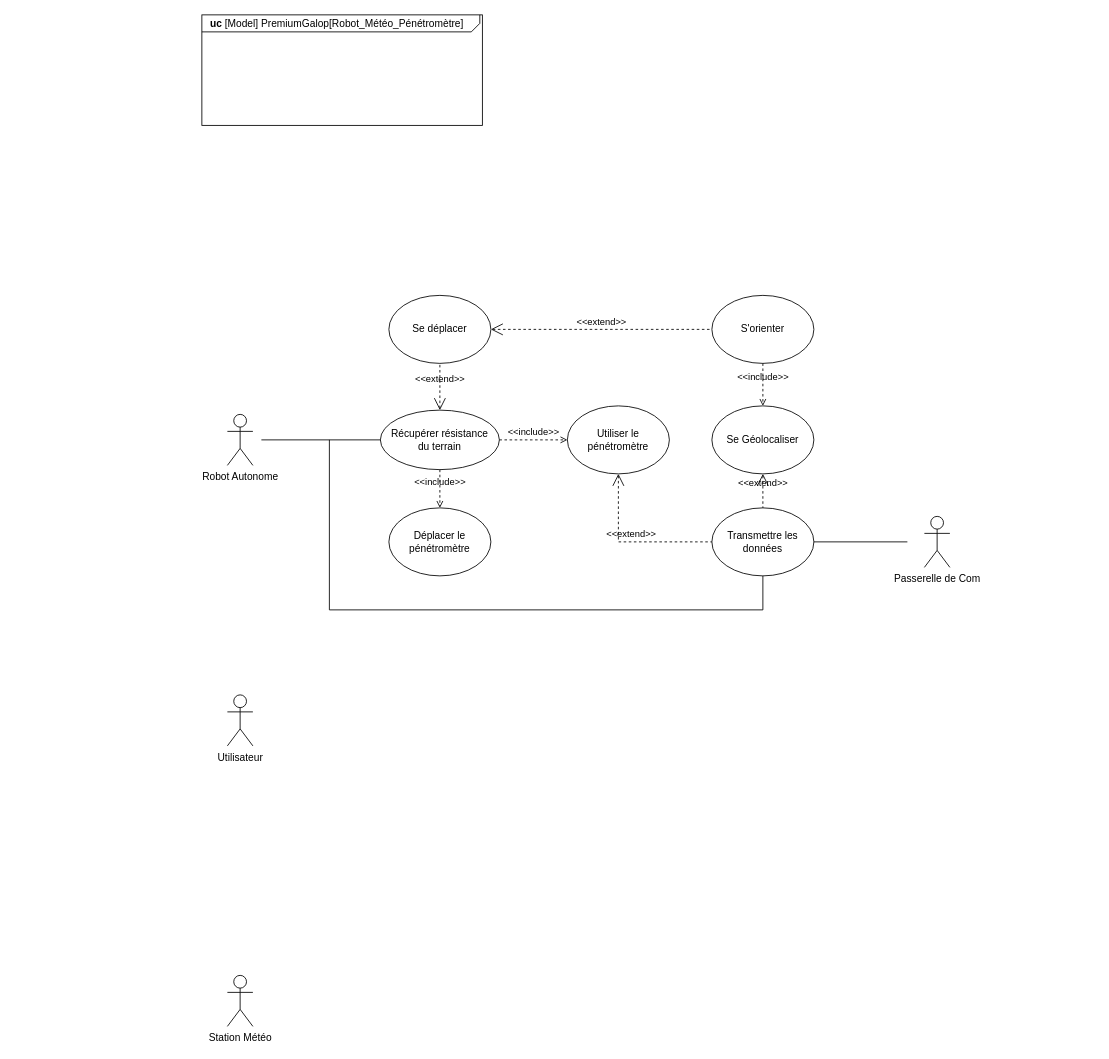
Above: SYSML/UseCaseRobot.drawio in ToGen49/Hippodrome (draw.io), before the change. Source tidied: cells renumbered, new cells numbered last; positions are measured from the earlier drawing's top-left corner, leaving out a move shared by most shapes. Both pictures are drawn from the tidied source at 85%, with x=0, y=0 at pixel (201, 14).
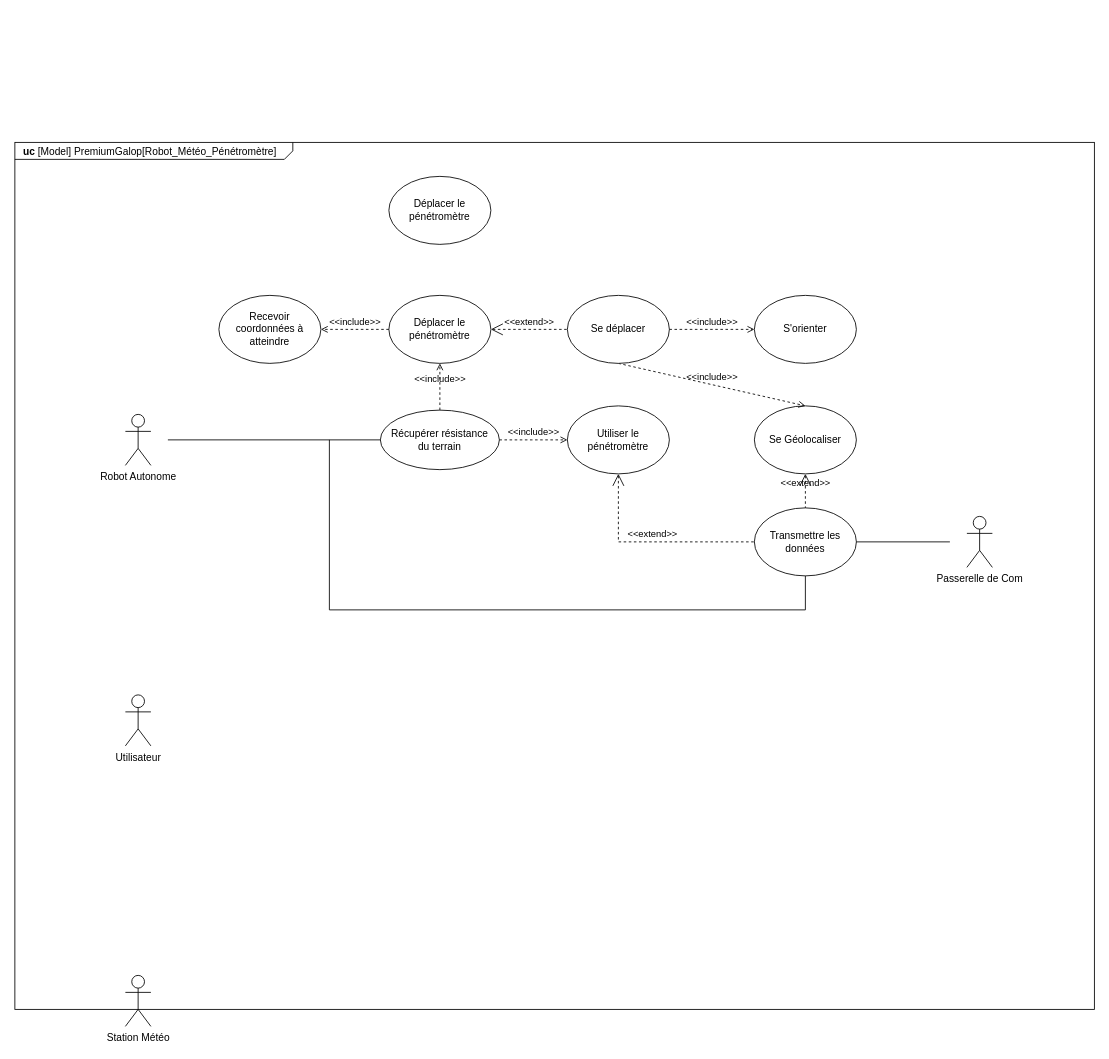
The same diagram, later.

Commit message:
Mettre à jour UseCaseRobot.drawio

The change refers to these unchanged cells:
```xml
<mxCell id="5" value="Récupérer résistance&lt;br&gt;du terrain" style="ellipse;whiteSpace=wrap;html=1;" parent="1" vertex="1">
  <mxGeometry x="210" y="465" width="140" height="70" as="geometry" />
</mxCell>
```

The edit, as a diff of the source:
```diff
@@
     <mxCell id="2" value="&lt;p style=&quot;margin: 0px ; margin-top: 4px ; margin-left: 10px ; text-align: left&quot;&gt;&lt;b&gt;uc&lt;/b&gt;&amp;nbsp;[Model] PremiumGalop[Robot_Météo_Pénétromètre]&lt;/p&gt;" style="html=1;strokeWidth=1;shape=mxgraph.sysml.package;html=1;overflow=fill;whiteSpace=wrap;fillColor=none;gradientColor=none;fontSize=12;align=center;labelX=327.64;" parent="1" vertex="1">
-      <mxGeometry width="330" height="130" as="geometry" />
+      <mxGeometry x="-220" y="150" width="1270" height="1020" as="geometry" />
     </mxCell>
     <mxCell id="3" value="Robot Autonome" style="shape=umlActor;verticalLabelPosition=bottom;verticalAlign=top;html=1;" parent="1" vertex="1">
-      <mxGeometry x="30" y="470" width="30" height="60" as="geometry" />
+      <mxGeometry x="-90" y="470" width="30" height="60" as="geometry" />
     </mxCell>
     <mxCell id="4" value="Utilisateur" style="shape=umlActor;verticalLabelPosition=bottom;verticalAlign=top;html=1;" parent="1" vertex="1">
-      <mxGeometry x="30" y="800" width="30" height="60" as="geometry" />
+      <mxGeometry x="-90" y="800" width="30" height="60" as="geometry" />
     </mxCell>
@@
     <mxCell id="6" style="endArrow=none;html=1;rounded=0;entryX=0;entryY=0.5;entryDx=0;entryDy=0;" parent="1" edge="1" target="5">
       <mxGeometry relative="1" as="geometry">
-        <mxPoint x="70" y="500" as="sourcePoint" />
+        <mxPoint x="-40" y="500" as="sourcePoint" />
       </mxGeometry>
     </mxCell>
     <mxCell id="7" value="Station Météo" style="shape=umlActor;verticalLabelPosition=bottom;verticalAlign=top;html=1;" parent="1" vertex="1">
-      <mxGeometry x="30" y="1130" width="30" height="60" as="geometry" />
+      <mxGeometry x="-90" y="1130" width="30" height="60" as="geometry" />
     </mxCell>
     <mxCell id="8" value="Déplacer le pénétromètre" style="ellipse;whiteSpace=wrap;html=1;" parent="1" vertex="1">
-      <mxGeometry x="220" y="580" width="120" height="80" as="geometry" />
+      <mxGeometry x="220" y="330" width="120" height="80" as="geometry" />
     </mxCell>
-    <mxCell id="9" value="&amp;lt;&amp;lt;include&amp;gt;&amp;gt;" style="edgeStyle=none;html=1;endArrow=open;verticalAlign=bottom;dashed=1;labelBackgroundColor=none;rounded=0;exitX=0.5;exitY=1;exitDx=0;exitDy=0;entryX=0.5;entryY=0;entryDx=0;entryDy=0;" parent="1" edge="1" source="5" target="8">
+    <mxCell id="9" value="&amp;lt;&amp;lt;include&amp;gt;&amp;gt;" style="edgeStyle=none;html=1;endArrow=open;verticalAlign=bottom;dashed=1;labelBackgroundColor=none;rounded=0;exitX=0.5;exitY=0;exitDx=0;exitDy=0;entryX=0.5;entryY=1;entryDx=0;entryDy=0;" parent="1" edge="1" source="5" target="8">
       <mxGeometry x="0.01" relative="1" as="geometry" />
     </mxCell>
     <mxCell id="10" value="S'orienter" style="ellipse;whiteSpace=wrap;html=1;" parent="1" vertex="1">
-      <mxGeometry x="600" y="330" width="120" height="80" as="geometry" />
+      <mxGeometry x="650" y="330" width="120" height="80" as="geometry" />
     </mxCell>
     <mxCell id="11" value="Se Géolocaliser" style="ellipse;whiteSpace=wrap;html=1;" parent="1" vertex="1">
-      <mxGeometry x="600" y="460" width="120" height="80" as="geometry" />
+      <mxGeometry x="650" y="460" width="120" height="80" as="geometry" />
     </mxCell>
-    <mxCell id="12" value="&amp;lt;&amp;lt;include&amp;gt;&amp;gt;" style="edgeStyle=none;html=1;endArrow=open;verticalAlign=bottom;dashed=1;labelBackgroundColor=none;rounded=0;exitX=0.5;exitY=1;exitDx=0;exitDy=0;entryX=0.5;entryY=0;entryDx=0;entryDy=0;" parent="1" edge="1" source="10" target="11">
+    <mxCell id="12" value="&amp;lt;&amp;lt;include&amp;gt;&amp;gt;" style="edgeStyle=none;html=1;endArrow=open;verticalAlign=bottom;dashed=1;labelBackgroundColor=none;rounded=0;exitX=0.5;exitY=1;exitDx=0;exitDy=0;entryX=0.5;entryY=0;entryDx=0;entryDy=0;" parent="1" edge="1" source="13" target="11">
       <mxGeometry relative="1" as="geometry" />
     </mxCell>
     <mxCell id="13" value="Se déplacer" style="ellipse;whiteSpace=wrap;html=1;" parent="1" vertex="1">
-      <mxGeometry x="220" y="330" width="120" height="80" as="geometry" />
+      <mxGeometry x="430" y="330" width="120" height="80" as="geometry" />
     </mxCell>
-    <mxCell id="14" value="&amp;lt;&amp;lt;extend&amp;gt;&amp;gt;" style="edgeStyle=none;html=1;startArrow=open;endArrow=none;startSize=12;verticalAlign=bottom;dashed=1;labelBackgroundColor=none;rounded=0;entryX=0.5;entryY=1;entryDx=0;entryDy=0;exitX=0.5;exitY=0;exitDx=0;exitDy=0;" parent="1" edge="1" source="5" target="13">
+    <mxCell id="14" value="&amp;lt;&amp;lt;extend&amp;gt;&amp;gt;" style="edgeStyle=none;html=1;startArrow=open;endArrow=none;startSize=12;verticalAlign=bottom;dashed=1;labelBackgroundColor=none;rounded=0;entryX=0;entryY=0.5;entryDx=0;entryDy=0;exitX=1;exitY=0.5;exitDx=0;exitDy=0;" parent="1" edge="1" source="8" target="13">
       <mxGeometry relative="1" as="geometry" />
     </mxCell>
-    <mxCell id="15" value="&amp;lt;&amp;lt;extend&amp;gt;&amp;gt;" style="edgeStyle=none;html=1;startArrow=open;endArrow=none;startSize=12;verticalAlign=bottom;dashed=1;labelBackgroundColor=none;rounded=0;exitX=1;exitY=0.5;exitDx=0;exitDy=0;entryX=0;entryY=0.5;entryDx=0;entryDy=0;" parent="1" edge="1" source="13" target="10">
-      <mxGeometry relative="1" as="geometry" />
-    </mxCell>
     <mxCell id="16" value="Transmettre les données" style="ellipse;whiteSpace=wrap;html=1;" parent="1" vertex="1">
-      <mxGeometry x="600" y="580" width="120" height="80" as="geometry" />
+      <mxGeometry x="650" y="580" width="120" height="80" as="geometry" />
     </mxCell>
     <mxCell id="17" style="endArrow=none;html=1;rounded=0;exitX=0.5;exitY=1;exitDx=0;exitDy=0;" parent="1" edge="1" source="16">
       <mxGeometry relative="1" as="geometry">
         <mxPoint x="150" y="500" as="targetPoint" />
         <Array as="points">
-          <mxPoint x="660" y="700" />
+          <mxPoint x="710" y="700" />
           <mxPoint x="150" y="700" />
         </Array>
       </mxGeometry>
     </mxCell>
     <mxCell id="18" value="Passerelle de Com" style="shape=umlActor;verticalLabelPosition=bottom;verticalAlign=top;html=1;" parent="1" vertex="1">
-      <mxGeometry x="850" y="590" width="30" height="60" as="geometry" />
+      <mxGeometry x="900" y="590" width="30" height="60" as="geometry" />
     </mxCell>
     <mxCell id="19" style="endArrow=none;html=1;rounded=0;exitX=1;exitY=0.5;exitDx=0;exitDy=0;" parent="1" edge="1" source="16">
       <mxGeometry relative="1" as="geometry">
-        <mxPoint x="830" y="620" as="targetPoint" />
+        <mxPoint x="880" y="620" as="targetPoint" />
       </mxGeometry>
     </mxCell>
@@
+    <mxCell id="24" value="Recevoir coordonnées à atteindre" style="ellipse;whiteSpace=wrap;html=1;" parent="1" vertex="1">
+      <mxGeometry x="20" y="330" width="120" height="80" as="geometry" />
+    </mxCell>
+    <mxCell id="25" value="&amp;lt;&amp;lt;include&amp;gt;&amp;gt;" style="edgeStyle=none;html=1;endArrow=open;verticalAlign=bottom;dashed=1;labelBackgroundColor=none;rounded=0;exitX=0;exitY=0.5;exitDx=0;exitDy=0;entryX=1;entryY=0.5;entryDx=0;entryDy=0;" parent="1" edge="1" source="8" target="24">
+      <mxGeometry x="0.01" relative="1" as="geometry" />
+    </mxCell>
+    <mxCell id="15" value="&amp;lt;&amp;lt;include&amp;gt;&amp;gt;" style="edgeStyle=none;html=1;endArrow=open;verticalAlign=bottom;dashed=1;labelBackgroundColor=none;rounded=0;exitX=1;exitY=0.5;exitDx=0;exitDy=0;entryX=0;entryY=0.5;entryDx=0;entryDy=0;" parent="1" edge="1" source="13" target="10">
+      <mxGeometry relative="1" as="geometry" />
+    </mxCell>
+    <mxCell id="26" value="Déplacer le pénétromètre" style="ellipse;whiteSpace=wrap;html=1;" parent="1" vertex="1">
+      <mxGeometry x="220" y="190" width="120" height="80" as="geometry" />
+    </mxCell>
```
